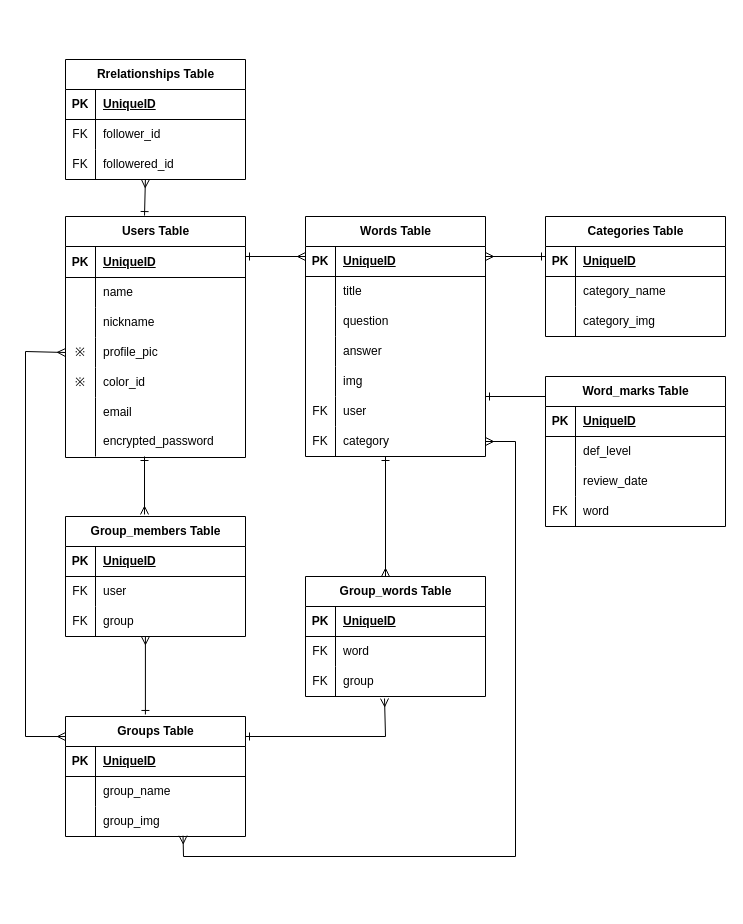
Before: DB.dio in Yuri1031/word-app, a draw.io diagram. Source tidied: cells renumbered, new cells numbered last; positions are measured from the earlier drawing's top-left corner, leaving out a move shared by most shapes. Both pictures are drawn from the tidied source at 100%, with x=0, y=0 at pixel (25, 17).
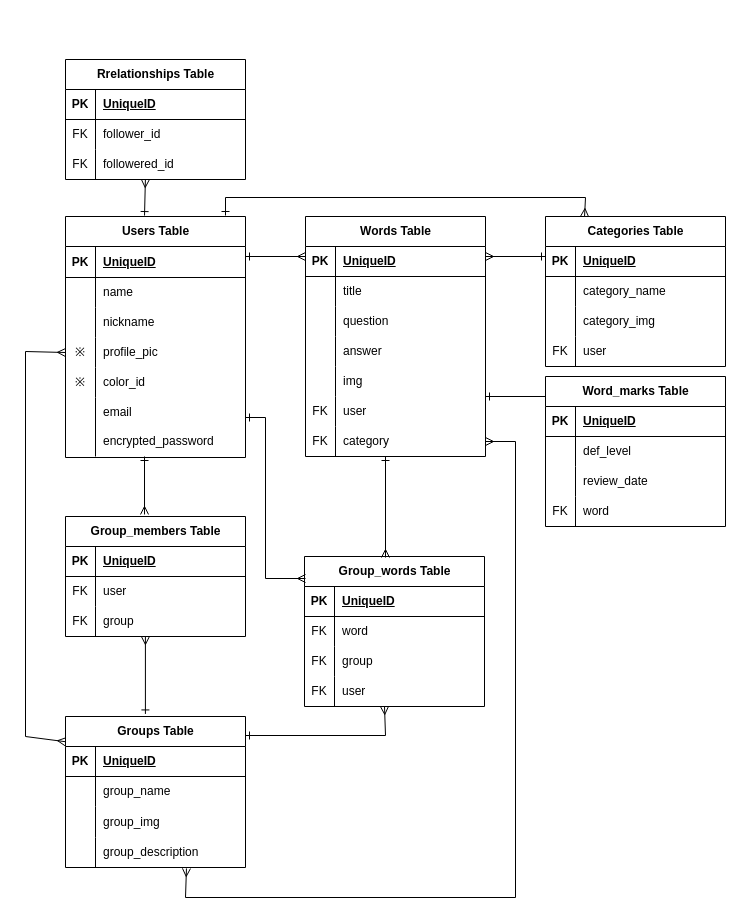
The same page after the edit.

Unchanged cells that the change refers to:
```xml
<mxCell id="18" style="shape=tableRow;horizontal=0;startSize=0;swimlaneHead=0;swimlaneBody=0;fillColor=none;points=[[0,0.5],[1,0.5]];portConstraint=eastwest;top=0;left=0;right=0;bottom=0;" parent="2" vertex="1">
  <mxGeometry y="181" width="180" height="30" as="geometry" />
</mxCell>
<mxCell id="40" style="shape=tableRow;horizontal=0;startSize=0;swimlaneHead=0;swimlaneBody=0;fillColor=none;points=[[0,0.5],[1,0.5]];portConstraint=eastwest;top=0;left=0;right=0;bottom=0;" parent="21" vertex="1">
  <mxGeometry y="210" width="180" height="30" as="geometry" />
</mxCell>
<mxCell id="93" style="shape=tableRow;horizontal=0;startSize=0;swimlaneHead=0;swimlaneBody=0;fillColor=none;points=[[0,0.5],[1,0.5]];portConstraint=eastwest;top=0;left=0;right=0;bottom=0;" parent="86" vertex="1">
  <mxGeometry y="90" width="180" height="30" as="geometry" />
</mxCell>
```

Change to the diagram source:
```diff
@@
     <mxCell id="43" value="Categories Table" style="shape=table;startSize=30;childLayout=tableLayout;rowLines=0;fontStyle=1;align=center;html=1;" parent="1" vertex="1">
-      <mxGeometry x="520" y="199" width="180" height="120" as="geometry" />
+      <mxGeometry x="520" y="199" width="180" height="150" as="geometry" />
     </mxCell>
@@
+    <mxCell id="120" style="shape=tableRow;horizontal=0;startSize=0;swimlaneHead=0;swimlaneBody=0;fillColor=none;top=0;left=0;right=0;bottom=0;" parent="43" vertex="1">
+      <mxGeometry y="120" width="180" height="30" as="geometry" />
+    </mxCell>
+    <mxCell id="121" value="FK" style="shape=partialRectangle;fillColor=none;top=0;left=0;bottom=0;right=0;overflow=hidden;whiteSpace=wrap;html=1;" parent="120" vertex="1">
+      <mxGeometry width="30" height="30" as="geometry" />
+    </mxCell>
+    <mxCell id="122" value="user" style="shape=partialRectangle;fillColor=none;top=0;left=0;bottom=0;right=0;align=left;spacingLeft=6;overflow=hidden;whiteSpace=wrap;html=1;" parent="120" vertex="1">
+      <mxGeometry x="30" width="150" height="30" as="geometry" />
+    </mxCell>
@@
     <mxCell id="76" value="Groups Table" style="shape=table;startSize=30;childLayout=tableLayout;rowLines=0;fontStyle=1;align=center;html=1;" parent="1" vertex="1">
-      <mxGeometry x="40" y="699" width="180" height="120" as="geometry" />
+      <mxGeometry x="40" y="699" width="180" height="151" as="geometry" />
     </mxCell>
@@
     <mxCell id="83" style="shape=tableRow;horizontal=0;startSize=0;swimlaneHead=0;swimlaneBody=0;fillColor=none;points=[[0,0.5],[1,0.5]];portConstraint=eastwest;top=0;left=0;right=0;bottom=0;" parent="76" vertex="1">
-      <mxGeometry y="90" width="180" height="30" as="geometry" />
+      <mxGeometry y="90" width="180" height="31" as="geometry" />
     </mxCell>
     <mxCell id="84" style="shape=partialRectangle;fillColor=none;top=0;left=0;bottom=0;right=0;overflow=hidden;whiteSpace=wrap;html=1;" parent="83" vertex="1">
-      <mxGeometry width="30" height="30" as="geometry" />
+      <mxGeometry width="30" height="31" as="geometry" />
     </mxCell>
     <mxCell id="85" value="group_img" style="shape=partialRectangle;fillColor=none;top=0;left=0;bottom=0;right=0;align=left;spacingLeft=6;overflow=hidden;whiteSpace=wrap;html=1;" parent="83" vertex="1">
-      <mxGeometry x="30" width="150" height="30" as="geometry" />
+      <mxGeometry x="30" width="150" height="31" as="geometry" />
     </mxCell>
+    <mxCell id="123" style="shape=tableRow;horizontal=0;startSize=0;swimlaneHead=0;swimlaneBody=0;fillColor=none;points=[[0,0.5],[1,0.5]];portConstraint=eastwest;top=0;left=0;right=0;bottom=0;" parent="76" vertex="1">
+      <mxGeometry y="121" width="180" height="30" as="geometry" />
+    </mxCell>
+    <mxCell id="124" style="shape=partialRectangle;fillColor=none;top=0;left=0;bottom=0;right=0;overflow=hidden;whiteSpace=wrap;html=1;" parent="123" vertex="1">
+      <mxGeometry width="30" height="30" as="geometry" />
+    </mxCell>
+    <mxCell id="125" value="group_description" style="shape=partialRectangle;fillColor=none;top=0;left=0;bottom=0;right=0;align=left;spacingLeft=6;overflow=hidden;whiteSpace=wrap;html=1;" parent="123" vertex="1">
+      <mxGeometry x="30" width="150" height="30" as="geometry" />
+    </mxCell>
     <mxCell id="86" value="Group_words Table" style="shape=table;startSize=30;childLayout=tableLayout;rowLines=0;fontStyle=1;align=center;html=1;" parent="1" vertex="1">
-      <mxGeometry x="280" y="559" width="180" height="120" as="geometry" />
+      <mxGeometry x="279" y="539" width="180" height="150" as="geometry" />
     </mxCell>
@@
+    <mxCell id="126" style="shape=tableRow;horizontal=0;startSize=0;swimlaneHead=0;swimlaneBody=0;fillColor=none;top=0;left=0;right=0;bottom=0;" parent="86" vertex="1">
+      <mxGeometry y="120" width="180" height="30" as="geometry" />
+    </mxCell>
+    <mxCell id="127" value="FK" style="shape=partialRectangle;fillColor=none;top=0;left=0;bottom=0;right=0;overflow=hidden;whiteSpace=wrap;html=1;" parent="126" vertex="1">
+      <mxGeometry width="30" height="30" as="geometry" />
+    </mxCell>
+    <mxCell id="128" value="user" style="shape=partialRectangle;fillColor=none;top=0;left=0;bottom=0;right=0;align=left;spacingLeft=6;overflow=hidden;whiteSpace=wrap;html=1;" parent="126" vertex="1">
+      <mxGeometry x="30" width="150" height="30" as="geometry" />
+    </mxCell>
@@
-    <mxCell id="103" style="endArrow=ERmany;html=1;rounded=0;endFill=0;startArrow=ERone;startFill=0;entryX=0.439;entryY=1.067;entryDx=0;entryDy=0;entryPerimeter=0;" parent="1" edge="1" target="93">
+    <mxCell id="103" style="endArrow=ERmany;html=1;rounded=0;endFill=0;startArrow=ERone;startFill=0;" parent="1" edge="1">
       <mxGeometry relative="1" as="geometry">
-        <mxPoint x="220" y="719" as="sourcePoint" />
+        <mxPoint x="220" y="718" as="sourcePoint" />
+        <mxPoint x="359" y="689" as="targetPoint" />
         <Array as="points">
-          <mxPoint x="360" y="719" />
+          <mxPoint x="360" y="718" />
         </Array>
       </mxGeometry>
     </mxCell>
     <mxCell id="104" style="endArrow=ERmany;html=1;rounded=0;endFill=0;startArrow=ERone;startFill=0;" parent="1" edge="1">
       <mxGeometry relative="1" as="geometry">
         <mxPoint x="360" y="439" as="sourcePoint" />
-        <mxPoint x="360" y="559" as="targetPoint" />
+        <mxPoint x="360" y="540" as="targetPoint" />
       </mxGeometry>
     </mxCell>
-    <mxCell id="105" style="endArrow=ERmany;html=1;rounded=0;endFill=0;startArrow=ERmany;startFill=0;exitX=0.653;exitY=0.973;exitDx=0;exitDy=0;exitPerimeter=0;entryX=1;entryY=0.5;entryDx=0;entryDy=0;" parent="1" edge="1" source="83" target="40">
+    <mxCell id="105" style="endArrow=ERmany;html=1;rounded=0;endFill=0;startArrow=ERmany;startFill=0;entryX=1;entryY=0.5;entryDx=0;entryDy=0;exitX=0.672;exitY=1.032;exitDx=0;exitDy=0;exitPerimeter=0;" parent="1" edge="1" source="123">
       <mxGeometry relative="1" as="geometry">
+        <mxPoint x="460" y="424" as="targetPoint" />
         <Array as="points">
-          <mxPoint x="158" y="839" />
-          <mxPoint x="490" y="839" />
+          <mxPoint x="160" y="880" />
+          <mxPoint x="490" y="880" />
           <mxPoint x="490" y="424" />
         </Array>
       </mxGeometry>
     </mxCell>
@@
+    <mxCell id="129" style="endArrow=ERmany;html=1;rounded=0;endFill=0;startArrow=ERone;startFill=0;exitX=1;exitY=0.667;exitDx=0;exitDy=0;exitPerimeter=0;" parent="1" edge="1" source="18">
+      <mxGeometry relative="1" as="geometry">
+        <mxPoint x="280" y="561" as="targetPoint" />
+        <Array as="points">
+          <mxPoint x="240" y="400" />
+          <mxPoint x="240" y="561" />
+        </Array>
+      </mxGeometry>
+    </mxCell>
+    <mxCell id="130" style="endArrow=ERmany;html=1;rounded=0;endFill=0;startArrow=ERone;startFill=0;exitX=0.439;exitY=-0.004;exitDx=0;exitDy=0;exitPerimeter=0;entryX=0.217;entryY=0;entryDx=0;entryDy=0;entryPerimeter=0;" parent="1" edge="1" target="43">
+      <mxGeometry relative="1" as="geometry">
+        <mxPoint x="200" y="198" as="sourcePoint" />
+        <Array as="points">
+          <mxPoint x="200" y="180" />
+          <mxPoint x="560" y="180" />
+        </Array>
+      </mxGeometry>
+    </mxCell>
```
